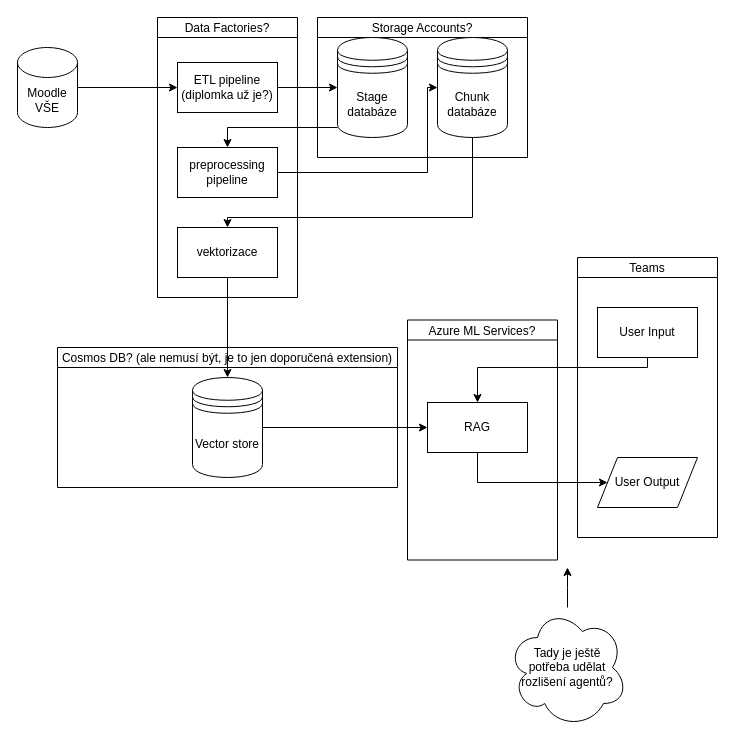
Earlier version of the draw.io diagram Diagram bez názvu.drawio (Aenast28/Datov-Projekt---StudyBuddy). Source tidied: cells renumbered, new cells numbered last; positions are measured from the earlier drawing's top-left corner, leaving out a move shared by most shapes. Both pictures are drawn from the tidied source at 100%, with x=0, y=0 at pixel (17, 17).
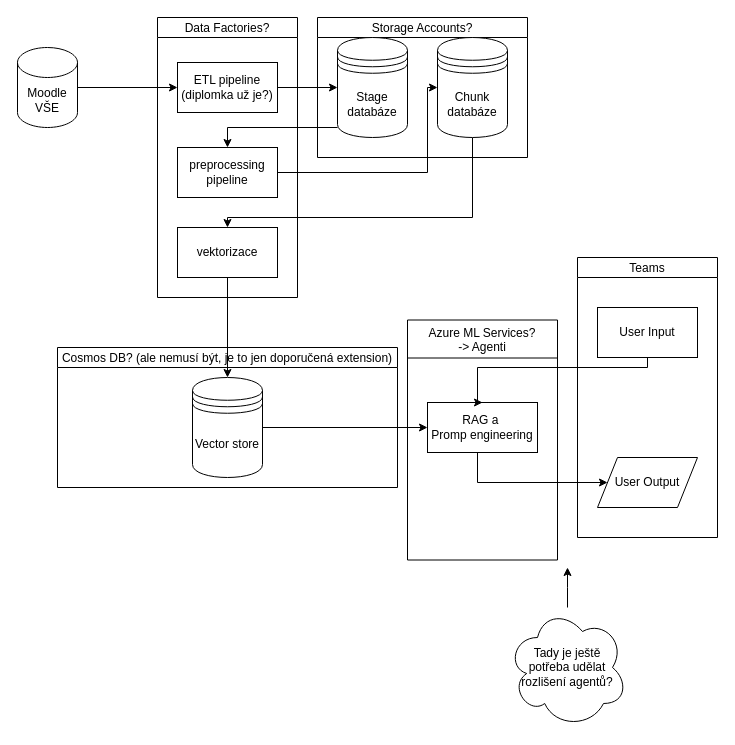
The same page after the edit.

The edit, as a diff of the source:
```diff
@@
-    <mxCell id="2" value="Azure ML Services?" style="swimlane;fontStyle=0;horizontal=1;startSize=20;fillColor=#ffffff;swimlaneFillColor=#ffffff;" parent="1" vertex="1">
+    <mxCell id="2" value="Azure ML Services?&#10;-&gt; Agenti" style="swimlane;fontStyle=0;horizontal=1;startSize=38;fillColor=#ffffff;swimlaneFillColor=#ffffff;" parent="1" vertex="1">
       <mxGeometry x="390" y="302.5" width="150" height="240" as="geometry" />
     </mxCell>
@@
-    <mxCell id="22" value="RAG" style="html=1;dashed=0;whiteSpace=wrap;" parent="1" vertex="1">
-      <mxGeometry x="410" y="385" width="100" height="50" as="geometry" />
+    <mxCell id="22" value="RAG a&amp;nbsp;&lt;div&gt;Promp engineering&lt;/div&gt;" style="html=1;dashed=0;whiteSpace=wrap;" parent="1" vertex="1">
+      <mxGeometry x="410" y="385" width="110" height="50" as="geometry" />
     </mxCell>
```
